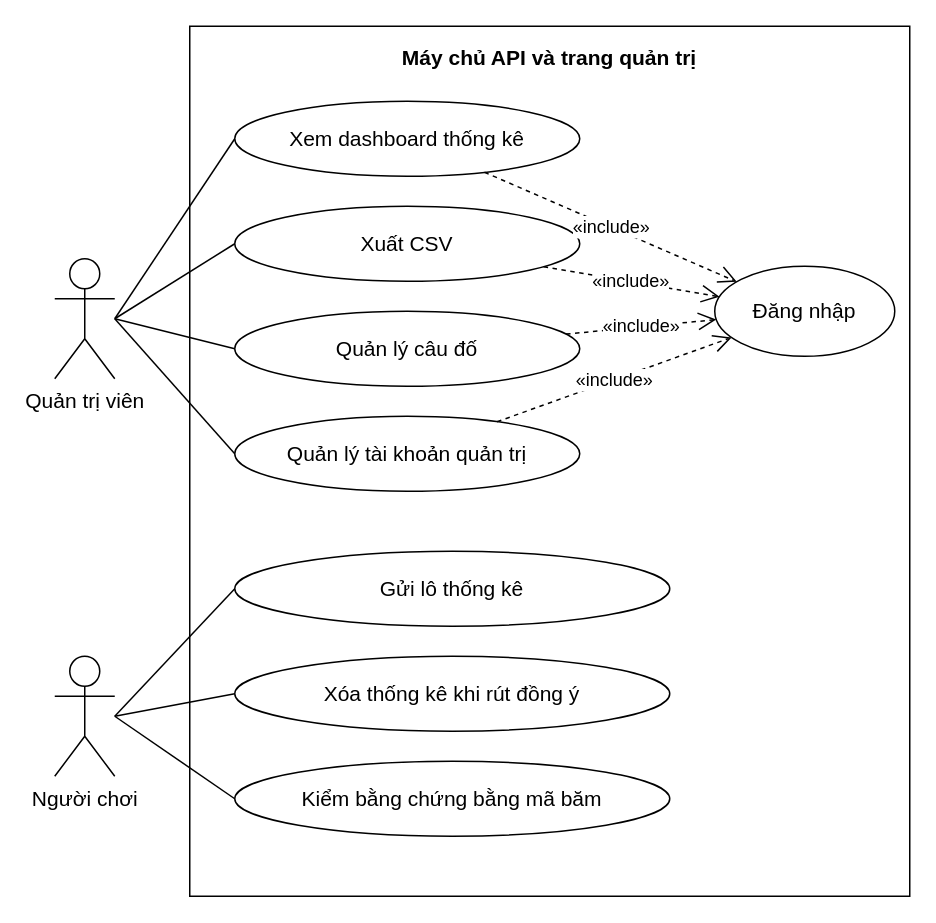
qivarnq3g/3-gio-12 keeps this draw.io diagram as page "Phân hệ trang quản trị" (3 of 3) of docs/thiet-ke/use-case/luoc-do-use-case.drawio. Above is the earlier version. Source tidied: cells renumbered, new cells numbered last; positions are measured from the earlier drawing's top-left corner, leaving out a move shared by most shapes. Both pictures are drawn from the tidied source at 150%, with x=0, y=0 at pixel (54, 26).
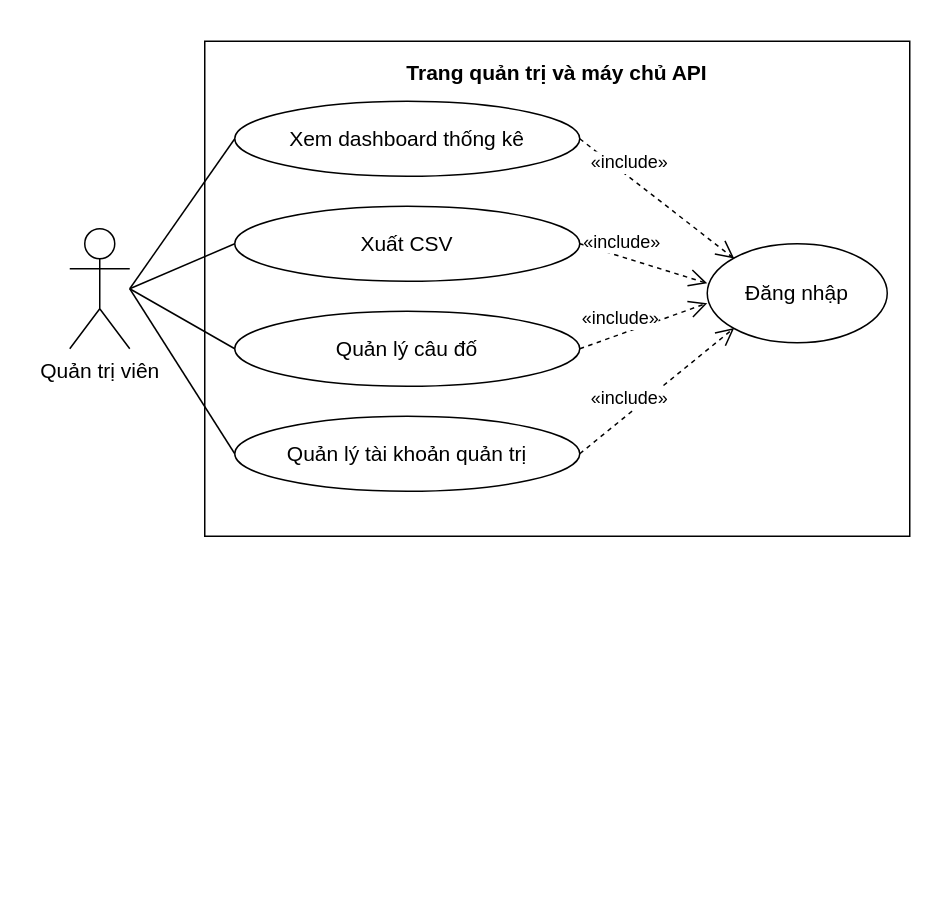
After the change.

Diff of the diagram source:
```diff
@@
-    <mxCell id="2" value="Máy chủ API và trang quản trị" style="rounded=0;whiteSpace=wrap;html=1;verticalAlign=top;fillColor=none;fontStyle=1;spacingTop=6;fontFamily=Arial;fontSize=14;" parent="1" vertex="1">
-      <mxGeometry x="90" width="480" height="580" as="geometry" />
-    </mxCell>
+    <mxCell id="24" value="Trang quản trị và máy chủ API" style="rounded=0;whiteSpace=wrap;html=1;verticalAlign=top;fillColor=none;fontStyle=1;spacingTop=6;fontFamily=Arial;fontSize=14;" parent="1" vertex="1">
+      <mxGeometry x="100" y="10" width="470" height="330" as="geometry" />
+    </mxCell>
     <mxCell id="3" value="Quản trị viên" style="shape=umlActor;verticalLabelPosition=bottom;verticalAlign=top;html=1;outlineConnect=0;fontFamily=Arial;fontSize=14;" parent="1" vertex="1">
-      <mxGeometry y="155" width="40" height="80" as="geometry" />
+      <mxGeometry x="10" y="135" width="40" height="80" as="geometry" />
     </mxCell>
-    <mxCell id="4" value="Người chơi" style="shape=umlActor;verticalLabelPosition=bottom;verticalAlign=top;html=1;outlineConnect=0;fontFamily=Arial;fontSize=14;" parent="1" vertex="1">
-      <mxGeometry y="420" width="40" height="80" as="geometry" />
-    </mxCell>
+    <mxCell id="6" value="Xem dashboard thống kê" style="ellipse;whiteSpace=wrap;html=1;fontFamily=Arial;fontSize=14;" parent="1" vertex="1">
+      <mxGeometry x="120" y="50" width="230" height="50" as="geometry" />
+    </mxCell>
+    <mxCell id="8" value="Xuất CSV" style="ellipse;whiteSpace=wrap;html=1;fontFamily=Arial;fontSize=14;" parent="1" vertex="1">
+      <mxGeometry x="120" y="120" width="230" height="50" as="geometry" />
+    </mxCell>
+    <mxCell id="10" value="Quản lý câu đố" style="ellipse;whiteSpace=wrap;html=1;fontFamily=Arial;fontSize=14;" parent="1" vertex="1">
+      <mxGeometry x="120" y="190" width="230" height="50" as="geometry" />
+    </mxCell>
+    <mxCell id="12" value="Quản lý tài khoản quản trị" style="ellipse;whiteSpace=wrap;html=1;fontFamily=Arial;fontSize=14;" parent="1" vertex="1">
+      <mxGeometry x="120" y="260" width="230" height="50" as="geometry" />
+    </mxCell>
     <mxCell id="5" value="Đăng nhập" style="ellipse;whiteSpace=wrap;html=1;fontFamily=Arial;fontSize=14;" parent="1" vertex="1">
-      <mxGeometry x="440" y="160" width="120" height="60" as="geometry" />
+      <mxGeometry x="435" y="145" width="120" height="66" as="geometry" />
     </mxCell>
-    <mxCell id="6" value="Xem dashboard thống kê" style="ellipse;whiteSpace=wrap;html=1;fontFamily=Arial;fontSize=14;" parent="1" vertex="1">
-      <mxGeometry x="120" y="50" width="230" height="50" as="geometry" />
-    </mxCell>
-    <mxCell id="7" style="endArrow=none;html=1;rounded=0;exitX=1;exitY=0.5;entryX=0;entryY=0.5;" parent="1" edge="1" source="3" target="6">
+    <mxCell id="7" style="endArrow=none;html=1;rounded=0;exitX=1;exitY=0.5;exitPerimeter=0;entryX=0;entryY=0.5;entryPerimeter=0;" parent="1" edge="1" source="3" target="6">
       <mxGeometry relative="1" as="geometry" />
     </mxCell>
-    <mxCell id="8" value="Xuất CSV" style="ellipse;whiteSpace=wrap;html=1;fontFamily=Arial;fontSize=14;" parent="1" vertex="1">
-      <mxGeometry x="120" y="120" width="230" height="50" as="geometry" />
-    </mxCell>
+    <mxCell id="14" value="«include»" style="endArrow=open;endSize=10;dashed=1;html=1;rounded=0;fontFamily=Arial;fontSize=12;labelBackgroundColor=#ffffff;exitX=1;exitY=0.5;exitPerimeter=0;entryX=0.15;entryY=0.15;entryPerimeter=0;" parent="1" edge="1" source="6" target="5">
+      <mxGeometry x="-0.35" relative="1" as="geometry">
+        <mxPoint y="-10" as="offset" />
+      </mxGeometry>
+    </mxCell>
-    <mxCell id="9" style="endArrow=none;html=1;rounded=0;exitX=1;exitY=0.5;entryX=0;entryY=0.5;" parent="1" edge="1" source="3" target="8">
+    <mxCell id="9" style="endArrow=none;html=1;rounded=0;exitX=1;exitY=0.5;exitPerimeter=0;entryX=0;entryY=0.5;entryPerimeter=0;" parent="1" edge="1" source="3" target="8">
       <mxGeometry relative="1" as="geometry" />
     </mxCell>
-    <mxCell id="10" value="Quản lý câu đố" style="ellipse;whiteSpace=wrap;html=1;fontFamily=Arial;fontSize=14;" parent="1" vertex="1">
-      <mxGeometry x="120" y="190" width="230" height="50" as="geometry" />
-    </mxCell>
+    <mxCell id="15" value="«include»" style="endArrow=open;endSize=10;dashed=1;html=1;rounded=0;fontFamily=Arial;fontSize=12;labelBackgroundColor=#ffffff;exitX=1;exitY=0.5;exitPerimeter=0;entryX=0;entryY=0.4;entryPerimeter=0;" parent="1" edge="1" source="8" target="5">
+      <mxGeometry x="-0.35" relative="1" as="geometry">
+        <mxPoint y="-10" as="offset" />
+      </mxGeometry>
+    </mxCell>
-    <mxCell id="11" style="endArrow=none;html=1;rounded=0;exitX=1;exitY=0.5;entryX=0;entryY=0.5;" parent="1" edge="1" source="3" target="10">
+    <mxCell id="11" style="endArrow=none;html=1;rounded=0;exitX=1;exitY=0.5;exitPerimeter=0;entryX=0;entryY=0.5;entryPerimeter=0;" parent="1" edge="1" source="3" target="10">
       <mxGeometry relative="1" as="geometry" />
     </mxCell>
-    <mxCell id="12" value="Quản lý tài khoản quản trị" style="ellipse;whiteSpace=wrap;html=1;fontFamily=Arial;fontSize=14;" parent="1" vertex="1">
-      <mxGeometry x="120" y="260" width="230" height="50" as="geometry" />
-    </mxCell>
+    <mxCell id="16" value="«include»" style="endArrow=open;endSize=10;dashed=1;html=1;rounded=0;fontFamily=Arial;fontSize=12;labelBackgroundColor=#ffffff;exitX=1;exitY=0.5;exitPerimeter=0;entryX=0;entryY=0.6;entryPerimeter=0;" parent="1" edge="1" source="10" target="5">
+      <mxGeometry x="-0.35" relative="1" as="geometry">
+        <mxPoint y="-10" as="offset" />
+      </mxGeometry>
+    </mxCell>
-    <mxCell id="13" style="endArrow=none;html=1;rounded=0;exitX=1;exitY=0.5;entryX=0;entryY=0.5;" parent="1" edge="1" source="3" target="12">
+    <mxCell id="13" style="endArrow=none;html=1;rounded=0;exitX=1;exitY=0.5;exitPerimeter=0;entryX=0;entryY=0.5;entryPerimeter=0;" parent="1" edge="1" source="3" target="12">
       <mxGeometry relative="1" as="geometry" />
     </mxCell>
-    <mxCell id="14" value="«include»" style="endArrow=open;endSize=10;dashed=1;html=1;rounded=0;fontFamily=Arial;fontSize=12;labelBackgroundColor=#ffffff;" parent="1" edge="1" source="6" target="5">
-      <mxGeometry relative="1" as="geometry" />
-    </mxCell>
-    <mxCell id="15" value="«include»" style="endArrow=open;endSize=10;dashed=1;html=1;rounded=0;fontFamily=Arial;fontSize=12;labelBackgroundColor=#ffffff;" parent="1" edge="1" source="8" target="5">
-      <mxGeometry relative="1" as="geometry" />
-    </mxCell>
-    <mxCell id="16" value="«include»" style="endArrow=open;endSize=10;dashed=1;html=1;rounded=0;fontFamily=Arial;fontSize=12;labelBackgroundColor=#ffffff;" parent="1" edge="1" source="10" target="5">
-      <mxGeometry relative="1" as="geometry" />
-    </mxCell>
-    <mxCell id="17" value="«include»" style="endArrow=open;endSize=10;dashed=1;html=1;rounded=0;fontFamily=Arial;fontSize=12;labelBackgroundColor=#ffffff;" parent="1" edge="1" source="12" target="5">
-      <mxGeometry relative="1" as="geometry" />
+    <mxCell id="17" value="«include»" style="endArrow=open;endSize=10;dashed=1;html=1;rounded=0;fontFamily=Arial;fontSize=12;labelBackgroundColor=#ffffff;exitX=1;exitY=0.5;exitPerimeter=0;entryX=0.15;entryY=0.85;entryPerimeter=0;" parent="1" edge="1" source="12" target="5">
+      <mxGeometry x="-0.35" relative="1" as="geometry">
+        <mxPoint y="-10" as="offset" />
+      </mxGeometry>
     </mxCell>
-    <mxCell id="18" value="Gửi lô thống kê" style="ellipse;whiteSpace=wrap;html=1;fontFamily=Arial;fontSize=14;" parent="1" vertex="1">
-      <mxGeometry x="120" y="350" width="290" height="50" as="geometry" />
-    </mxCell>
-    <mxCell id="19" style="endArrow=none;html=1;rounded=0;exitX=1;exitY=0.5;entryX=0;entryY=0.5;" parent="1" edge="1" source="4" target="18">
-      <mxGeometry relative="1" as="geometry" />
-    </mxCell>
-    <mxCell id="20" value="Xóa thống kê khi rút đồng ý" style="ellipse;whiteSpace=wrap;html=1;fontFamily=Arial;fontSize=14;" parent="1" vertex="1">
-      <mxGeometry x="120" y="420" width="290" height="50" as="geometry" />
-    </mxCell>
-    <mxCell id="21" style="endArrow=none;html=1;rounded=0;exitX=1;exitY=0.5;entryX=0;entryY=0.5;" parent="1" edge="1" source="4" target="20">
-      <mxGeometry relative="1" as="geometry" />
-    </mxCell>
-    <mxCell id="22" value="Kiểm bằng chứng bằng mã băm" style="ellipse;whiteSpace=wrap;html=1;fontFamily=Arial;fontSize=14;" parent="1" vertex="1">
-      <mxGeometry x="120" y="490" width="290" height="50" as="geometry" />
-    </mxCell>
-    <mxCell id="23" style="endArrow=none;html=1;rounded=0;exitX=1;exitY=0.5;entryX=0;entryY=0.5;" parent="1" edge="1" source="4" target="22">
-      <mxGeometry relative="1" as="geometry" />
-    </mxCell>
```
